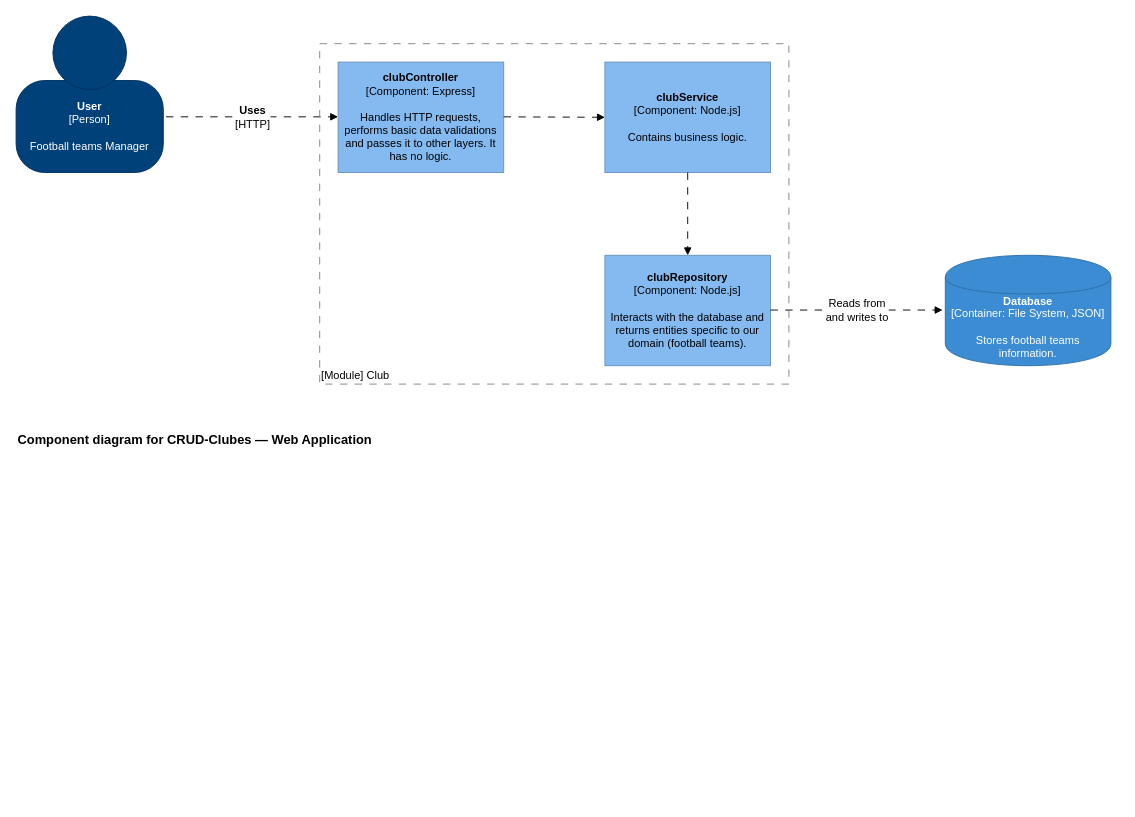
Before: docs/crud-clubes-level-3-diagram.drawio in Leonelmarianog/crud-clubes, a draw.io diagram. Source tidied: cells renumbered, new cells numbered last; positions are measured from the earlier drawing's top-left corner, leaving out a move shared by most shapes. Both pictures are drawn from the tidied source at 92%, with x=0, y=0 at pixel (16, 16).
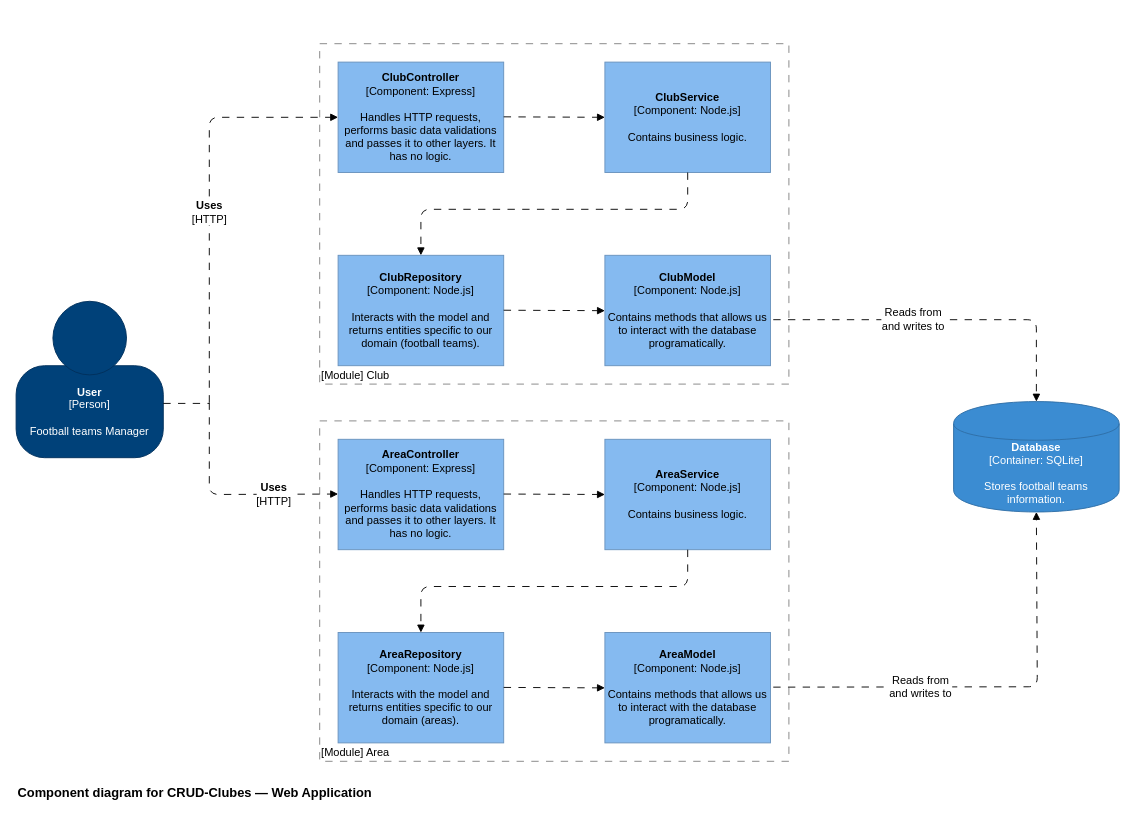
After the change.

The change refers to these unchanged cells:
```xml
<mxCell id="7" value="&lt;div style=&quot;color: rgb(255 , 255 , 255) ; white-space: normal&quot;&gt;&lt;font style=&quot;font-size: 12px&quot;&gt;&lt;span&gt;&lt;b&gt;User&lt;/b&gt;&lt;/span&gt;&lt;/font&gt;&lt;/div&gt;&lt;div style=&quot;color: rgb(255 , 255 , 255) ; white-space: normal&quot;&gt;&lt;font style=&quot;font-size: 12px&quot;&gt;[Person]&lt;/font&gt;&lt;/div&gt;&lt;div style=&quot;color: rgb(255 , 255 , 255) ; white-space: normal&quot;&gt;&lt;font style=&quot;font-size: 12px&quot;&gt;&lt;span&gt;&lt;br&gt;&lt;/span&gt;&lt;/font&gt;&lt;/div&gt;&lt;div style=&quot;color: rgb(255 , 255 , 255) ; white-space: normal&quot;&gt;&lt;font style=&quot;font-size: 12px&quot;&gt;Football teams Manager&lt;br&gt;&lt;/font&gt;&lt;/div&gt;" style="rounded=1;whiteSpace=wrap;html=1;strokeColor=#00315C;fillColor=#004179;fontColor=#000000;arcSize=31;" parent="6" vertex="1">
  <mxGeometry y="70" width="160" height="100" as="geometry" />
</mxCell>
```

Diff of the diagram source:
```diff
@@
-    <mxCell id="2" value="&lt;b style=&quot;font-size: 12px;&quot;&gt;Uses&lt;/b&gt;&lt;br style=&quot;font-size: 12px;&quot;&gt;[HTTP]" style="endArrow=block;html=1;fontSize=12;strokeWidth=1;endFill=1;dashed=1;dashPattern=8 8;elbow=vertical;entryX=0;entryY=0.5;entryDx=0;entryDy=0;exitX=1.019;exitY=0.4;exitDx=0;exitDy=0;exitPerimeter=0;" parent="1" edge="1">
-      <mxGeometry relative="1" as="geometry">
-        <mxPoint x="163" y="109.5" as="sourcePoint" />
-        <mxPoint x="350" y="109.5" as="targetPoint" />
+    <mxCell id="2" value="&lt;b style=&quot;font-size: 12px;&quot;&gt;Uses&lt;/b&gt;&lt;br style=&quot;font-size: 12px;&quot;&gt;[HTTP]" style="endArrow=block;html=1;fontSize=12;strokeWidth=1;endFill=1;dashed=1;dashPattern=8 8;elbow=vertical;entryX=0;entryY=0.5;entryDx=0;entryDy=0;" parent="1" edge="1" target="9">
+      <mxGeometry x="-0.08" relative="1" as="geometry">
+        <mxPoint x="210" y="420" as="sourcePoint" />
+        <Array as="points">
+          <mxPoint x="210" y="110" />
+        </Array>
       </mxGeometry>
     </mxCell>
     <mxCell id="3" value="Component diagram for CRUD-Clubes &lt;span class=&quot;ILfuVd&quot;&gt;&lt;span class=&quot;hgKElc&quot;&gt;— Web Application&lt;br&gt;&lt;/span&gt;&lt;/span&gt;" style="text;html=1;align=left;verticalAlign=top;spacingTop=-4;fontSize=14;fontStyle=1;" parent="1" vertex="1">
-      <mxGeometry y="450" width="410" height="20" as="geometry" />
+      <mxGeometry y="833" width="410" height="20" as="geometry" />
     </mxCell>
-    <mxCell id="4" value="&lt;div style=&quot;color: rgb(255 , 255 , 255) ; white-space: normal ; font-size: 12px&quot;&gt;&lt;span style=&quot;font-size: 12px&quot;&gt;&lt;b style=&quot;font-size: 12px&quot;&gt;Database&lt;br style=&quot;font-size: 12px&quot;&gt;&lt;/b&gt;&lt;/span&gt;&lt;/div&gt;&lt;div style=&quot;color: rgb(255 , 255 , 255) ; font-size: 12px ; white-space: normal&quot;&gt;&lt;font style=&quot;font-size: 12px&quot;&gt;[Container: File System, JSON]&lt;/font&gt;&lt;/div&gt;&lt;div style=&quot;color: rgb(255 , 255 , 255) ; white-space: normal ; font-size: 12px&quot;&gt;&lt;font style=&quot;line-height: 9.6px ; font-size: 12px&quot;&gt;&lt;br style=&quot;font-size: 12px&quot;&gt;&lt;/font&gt;&lt;/div&gt;&lt;div style=&quot;color: rgb(255 , 255 , 255) ; white-space: normal ; font-size: 12px&quot;&gt;Stores football teams information.&lt;/div&gt;" style="shape=cylinder;whiteSpace=wrap;html=1;boundedLbl=1;backgroundOutline=1;strokeColor=#2F6FA6;strokeWidth=1;fillColor=#3B8CD2;fontSize=12;fontColor=#000000;align=center;" parent="1" vertex="1">
-      <mxGeometry x="1010" y="260" width="180" height="120" as="geometry" />
+    <mxCell id="4" value="&lt;div style=&quot;color: rgb(255 , 255 , 255) ; white-space: normal ; font-size: 12px&quot;&gt;&lt;span style=&quot;font-size: 12px&quot;&gt;&lt;b style=&quot;font-size: 12px&quot;&gt;Database&lt;br style=&quot;font-size: 12px&quot;&gt;&lt;/b&gt;&lt;/span&gt;&lt;/div&gt;&lt;div style=&quot;color: rgb(255 , 255 , 255) ; font-size: 12px ; white-space: normal&quot;&gt;&lt;font style=&quot;font-size: 12px&quot;&gt;[Container: SQLite]&lt;/font&gt;&lt;/div&gt;&lt;div style=&quot;color: rgb(255 , 255 , 255) ; white-space: normal ; font-size: 12px&quot;&gt;&lt;font style=&quot;line-height: 9.6px ; font-size: 12px&quot;&gt;&lt;br style=&quot;font-size: 12px&quot;&gt;&lt;/font&gt;&lt;/div&gt;&lt;div style=&quot;color: rgb(255 , 255 , 255) ; white-space: normal ; font-size: 12px&quot;&gt;Stores football teams information.&lt;/div&gt;" style="shape=cylinder;whiteSpace=wrap;html=1;boundedLbl=1;backgroundOutline=1;strokeColor=#2F6FA6;strokeWidth=1;fillColor=#3B8CD2;fontSize=12;fontColor=#000000;align=center;" parent="1" vertex="1">
+      <mxGeometry x="1019" y="419" width="180" height="120" as="geometry" />
     </mxCell>
@@
     <mxCell id="6" style="group;fontSize=12;" parent="1" vertex="1">
-      <mxGeometry width="160" height="170" as="geometry" />
+      <mxGeometry y="310" width="160" height="170" as="geometry" />
     </mxCell>
@@
-    <mxCell id="9" value="&lt;div style=&quot;font-size: 12px;&quot;&gt;&lt;span style=&quot;font-size: 12px;&quot;&gt;&lt;b style=&quot;font-size: 12px;&quot;&gt;clubController&lt;/b&gt;&lt;/span&gt;&lt;/div&gt;&lt;div style=&quot;font-size: 12px;&quot;&gt;&lt;span style=&quot;font-size: 12px;&quot;&gt;[Component: Express]&lt;/span&gt;&lt;/div&gt;&lt;div style=&quot;font-size: 12px;&quot;&gt;&lt;span style=&quot;font-size: 12px;&quot;&gt;&lt;br style=&quot;font-size: 12px;&quot;&gt;&lt;/span&gt;&lt;/div&gt;&lt;div style=&quot;font-size: 12px;&quot;&gt;&lt;font style=&quot;font-size: 12px;&quot;&gt;Handles HTTP requests, performs basic data validations and passes it to other layers. It has no logic.&lt;br style=&quot;font-size: 12px;&quot;&gt;&lt;/font&gt;&lt;/div&gt;" style="rounded=0;whiteSpace=wrap;html=1;fillColor=#85baf0;fontColor=#000000;strokeColor=#6992BD;fontSize=12;" parent="1" vertex="1">
+    <mxCell id="9" value="&lt;div style=&quot;font-size: 12px&quot;&gt;&lt;span style=&quot;font-size: 12px&quot;&gt;&lt;b style=&quot;font-size: 12px&quot;&gt;ClubController&lt;/b&gt;&lt;/span&gt;&lt;/div&gt;&lt;div style=&quot;font-size: 12px&quot;&gt;&lt;span style=&quot;font-size: 12px&quot;&gt;[Component: Express]&lt;/span&gt;&lt;/div&gt;&lt;div style=&quot;font-size: 12px&quot;&gt;&lt;span style=&quot;font-size: 12px&quot;&gt;&lt;br style=&quot;font-size: 12px&quot;&gt;&lt;/span&gt;&lt;/div&gt;&lt;div style=&quot;font-size: 12px&quot;&gt;&lt;font style=&quot;font-size: 12px&quot;&gt;Handles HTTP requests, performs basic data validations and passes it to other layers. It has no logic.&lt;br style=&quot;font-size: 12px&quot;&gt;&lt;/font&gt;&lt;/div&gt;" style="rounded=0;whiteSpace=wrap;html=1;fillColor=#85baf0;fontColor=#000000;strokeColor=#6992BD;fontSize=12;" parent="1" vertex="1">
       <mxGeometry x="350" y="50" width="180" height="120" as="geometry" />
     </mxCell>
-    <mxCell id="10" value="&lt;div style=&quot;font-size: 12px;&quot;&gt;&lt;span style=&quot;font-size: 12px;&quot;&gt;&lt;b style=&quot;font-size: 12px;&quot;&gt;clubService&lt;/b&gt;&lt;/span&gt;&lt;/div&gt;&lt;div style=&quot;font-size: 12px;&quot;&gt;&lt;span style=&quot;font-size: 12px;&quot;&gt;[Component: Node.js]&lt;/span&gt;&lt;/div&gt;&lt;div style=&quot;font-size: 12px;&quot;&gt;&lt;span style=&quot;font-size: 12px;&quot;&gt;&lt;br style=&quot;font-size: 12px;&quot;&gt;&lt;/span&gt;&lt;/div&gt;&lt;div style=&quot;font-size: 12px;&quot;&gt;&lt;font style=&quot;font-size: 12px;&quot;&gt;Contains business logic.&lt;br style=&quot;font-size: 12px;&quot;&gt;&lt;/font&gt;&lt;/div&gt;" style="rounded=0;whiteSpace=wrap;html=1;fillColor=#85baf0;fontColor=#000000;strokeColor=#6992BD;fontSize=12;" parent="1" vertex="1">
+    <mxCell id="10" value="&lt;div style=&quot;font-size: 12px&quot;&gt;&lt;span style=&quot;font-size: 12px&quot;&gt;&lt;b style=&quot;font-size: 12px&quot;&gt;ClubService&lt;/b&gt;&lt;/span&gt;&lt;/div&gt;&lt;div style=&quot;font-size: 12px&quot;&gt;&lt;span style=&quot;font-size: 12px&quot;&gt;[Component: Node.js]&lt;/span&gt;&lt;/div&gt;&lt;div style=&quot;font-size: 12px&quot;&gt;&lt;span style=&quot;font-size: 12px&quot;&gt;&lt;br style=&quot;font-size: 12px&quot;&gt;&lt;/span&gt;&lt;/div&gt;&lt;div style=&quot;font-size: 12px&quot;&gt;&lt;font style=&quot;font-size: 12px&quot;&gt;Contains business logic.&lt;br style=&quot;font-size: 12px&quot;&gt;&lt;/font&gt;&lt;/div&gt;" style="rounded=0;whiteSpace=wrap;html=1;fillColor=#85baf0;fontColor=#000000;strokeColor=#6992BD;fontSize=12;" parent="1" vertex="1">
       <mxGeometry x="640" y="50" width="180" height="120" as="geometry" />
     </mxCell>
-    <mxCell id="11" value="&lt;div style=&quot;font-size: 12px&quot;&gt;&lt;span style=&quot;font-size: 12px&quot;&gt;&lt;b style=&quot;font-size: 12px&quot;&gt;clubRepository&lt;/b&gt;&lt;br style=&quot;font-size: 12px&quot;&gt;&lt;/span&gt;&lt;/div&gt;&lt;div style=&quot;font-size: 12px&quot;&gt;&lt;span style=&quot;font-size: 12px&quot;&gt;[Component: Node.js]&lt;/span&gt;&lt;/div&gt;&lt;div style=&quot;font-size: 12px&quot;&gt;&lt;span style=&quot;font-size: 12px&quot;&gt;&lt;br style=&quot;font-size: 12px&quot;&gt;&lt;/span&gt;&lt;/div&gt;&lt;div style=&quot;font-size: 12px&quot;&gt;&lt;font style=&quot;font-size: 12px&quot;&gt;Interacts with the database and returns entities specific to our domain (football teams).&lt;br style=&quot;font-size: 12px&quot;&gt;&lt;/font&gt;&lt;/div&gt;" style="rounded=0;whiteSpace=wrap;html=1;fillColor=#85baf0;fontColor=#000000;strokeColor=#6992BD;fontSize=12;" parent="1" vertex="1">
+    <mxCell id="11" value="&lt;div style=&quot;font-size: 12px&quot;&gt;&lt;span style=&quot;font-size: 12px&quot;&gt;&lt;b style=&quot;font-size: 12px&quot;&gt;ClubModel&lt;/b&gt;&lt;br style=&quot;font-size: 12px&quot;&gt;&lt;/span&gt;&lt;/div&gt;&lt;div style=&quot;font-size: 12px&quot;&gt;&lt;span style=&quot;font-size: 12px&quot;&gt;[Component: Node.js]&lt;/span&gt;&lt;/div&gt;&lt;div style=&quot;font-size: 12px&quot;&gt;&lt;span style=&quot;font-size: 12px&quot;&gt;&lt;br style=&quot;font-size: 12px&quot;&gt;&lt;/span&gt;&lt;/div&gt;&lt;div style=&quot;font-size: 12px&quot;&gt;&lt;font style=&quot;font-size: 12px&quot;&gt;Contains methods that allows us to interact with the database programatically.&lt;br style=&quot;font-size: 12px&quot;&gt;&lt;/font&gt;&lt;/div&gt;" style="rounded=0;whiteSpace=wrap;html=1;fillColor=#85baf0;fontColor=#000000;strokeColor=#6992BD;fontSize=12;" parent="1" vertex="1">
       <mxGeometry x="640" y="260" width="180" height="120" as="geometry" />
     </mxCell>
@@
-    <mxCell id="13" style="endArrow=block;html=1;fontSize=12;strokeWidth=1;endFill=1;dashed=1;dashPattern=8 8;elbow=vertical;exitX=0.5;exitY=1;exitDx=0;exitDy=0;" parent="1" edge="1" source="10" target="11">
-      <mxGeometry x="-0.04" relative="1" as="geometry" />
-    </mxCell>
-    <mxCell id="14" value="&lt;div&gt;Reads from &lt;br&gt;&lt;/div&gt;&lt;div&gt;and writes to&lt;/div&gt;" style="endArrow=block;html=1;fontSize=12;strokeWidth=1;endFill=1;dashed=1;dashPattern=8 8;elbow=vertical;entryX=0;entryY=0.5;entryDx=0;entryDy=0;exitX=1.019;exitY=0.4;exitDx=0;exitDy=0;exitPerimeter=0;" parent="1" edge="1">
-      <mxGeometry relative="1" as="geometry">
-        <mxPoint x="820" y="319.5" as="sourcePoint" />
-        <mxPoint x="1007" y="319.5" as="targetPoint" />
+    <mxCell id="14" value="&lt;div&gt;Reads from &lt;br&gt;&lt;/div&gt;&lt;div&gt;and writes to&lt;/div&gt;" style="endArrow=block;html=1;fontSize=12;strokeWidth=1;endFill=1;dashed=1;dashPattern=8 8;elbow=vertical;entryX=0.5;entryY=0;entryDx=0;entryDy=0;exitX=1.019;exitY=0.4;exitDx=0;exitDy=0;exitPerimeter=0;" parent="1" edge="1" target="4">
+      <mxGeometry x="-0.19" relative="1" as="geometry">
+        <mxPoint x="823" y="330" as="sourcePoint" />
+        <Array as="points">
+          <mxPoint x="1109" y="330" />
+        </Array>
       </mxGeometry>
     </mxCell>
+    <mxCell id="15" value="&lt;div style=&quot;font-size: 12px&quot;&gt;&lt;span style=&quot;font-size: 12px&quot;&gt;&lt;b style=&quot;font-size: 12px&quot;&gt;ClubRepository&lt;/b&gt;&lt;br style=&quot;font-size: 12px&quot;&gt;&lt;/span&gt;&lt;/div&gt;&lt;div style=&quot;font-size: 12px&quot;&gt;&lt;span style=&quot;font-size: 12px&quot;&gt;[Component: Node.js]&lt;/span&gt;&lt;/div&gt;&lt;div style=&quot;font-size: 12px&quot;&gt;&lt;span style=&quot;font-size: 12px&quot;&gt;&lt;br style=&quot;font-size: 12px&quot;&gt;&lt;/span&gt;&lt;/div&gt;&lt;div style=&quot;font-size: 12px&quot;&gt;&lt;font style=&quot;font-size: 12px&quot;&gt;Interacts with the model and returns entities specific to our domain (football teams).&lt;br style=&quot;font-size: 12px&quot;&gt;&lt;/font&gt;&lt;/div&gt;" style="rounded=0;whiteSpace=wrap;html=1;fillColor=#85baf0;fontColor=#000000;strokeColor=#6992BD;fontSize=12;" parent="1" vertex="1">
+      <mxGeometry x="350" y="260" width="180" height="120" as="geometry" />
+    </mxCell>
+    <mxCell id="16" style="endArrow=block;html=1;fontSize=12;strokeWidth=1;endFill=1;dashed=1;dashPattern=8 8;elbow=vertical;exitX=0.5;exitY=1;exitDx=0;exitDy=0;entryX=0.5;entryY=0;entryDx=0;entryDy=0;" parent="1" edge="1" source="10" target="15">
+      <mxGeometry x="-0.04" relative="1" as="geometry">
+        <Array as="points">
+          <mxPoint x="730" y="210" />
+          <mxPoint x="440" y="210" />
+        </Array>
+      </mxGeometry>
+    </mxCell>
+    <mxCell id="17" style="endArrow=block;html=1;fontSize=12;strokeWidth=1;endFill=1;dashed=1;dashPattern=8 8;elbow=vertical;exitX=1.019;exitY=0.4;exitDx=0;exitDy=0;exitPerimeter=0;" parent="1" edge="1">
+      <mxGeometry x="-0.04" relative="1" as="geometry">
+        <mxPoint x="530" y="319.7" as="sourcePoint" />
+        <mxPoint x="640" y="320.2" as="targetPoint" />
+      </mxGeometry>
+    </mxCell>
+    <mxCell id="18" value="&lt;div&gt;&lt;font style=&quot;font-size: 12px&quot;&gt;&lt;br&gt;&lt;/font&gt;&lt;/div&gt;&lt;div&gt;&lt;font style=&quot;font-size: 12px&quot;&gt;&lt;br&gt;[Module] Area&lt;br&gt;&lt;/font&gt;&lt;/div&gt;" style="rounded=0;whiteSpace=wrap;html=1;strokeColor=#828282;fillColor=none;fontColor=#000000;align=left;labelPosition=center;verticalLabelPosition=middle;verticalAlign=bottom;dashed=1;strokeWidth=1;perimeterSpacing=0;spacing=2;spacingTop=0;fontSize=12;dashPattern=8 8;" parent="1" vertex="1">
+      <mxGeometry x="330" y="440" width="510" height="370" as="geometry" />
+    </mxCell>
+    <mxCell id="19" value="&lt;div style=&quot;font-size: 12px&quot;&gt;&lt;span style=&quot;font-size: 12px&quot;&gt;&lt;b style=&quot;font-size: 12px&quot;&gt;AreaController&lt;/b&gt;&lt;/span&gt;&lt;/div&gt;&lt;div style=&quot;font-size: 12px&quot;&gt;&lt;span style=&quot;font-size: 12px&quot;&gt;[Component: Express]&lt;/span&gt;&lt;/div&gt;&lt;div style=&quot;font-size: 12px&quot;&gt;&lt;span style=&quot;font-size: 12px&quot;&gt;&lt;br style=&quot;font-size: 12px&quot;&gt;&lt;/span&gt;&lt;/div&gt;&lt;div style=&quot;font-size: 12px&quot;&gt;&lt;font style=&quot;font-size: 12px&quot;&gt;Handles HTTP requests, performs basic data validations and passes it to other layers. It has no logic.&lt;br style=&quot;font-size: 12px&quot;&gt;&lt;/font&gt;&lt;/div&gt;" style="rounded=0;whiteSpace=wrap;html=1;fillColor=#85baf0;fontColor=#000000;strokeColor=#6992BD;fontSize=12;" parent="1" vertex="1">
+      <mxGeometry x="350" y="460" width="180" height="120" as="geometry" />
+    </mxCell>
+    <mxCell id="20" value="&lt;div style=&quot;font-size: 12px&quot;&gt;&lt;span style=&quot;font-size: 12px&quot;&gt;&lt;b style=&quot;font-size: 12px&quot;&gt;AreaService&lt;/b&gt;&lt;/span&gt;&lt;/div&gt;&lt;div style=&quot;font-size: 12px&quot;&gt;&lt;span style=&quot;font-size: 12px&quot;&gt;[Component: Node.js]&lt;/span&gt;&lt;/div&gt;&lt;div style=&quot;font-size: 12px&quot;&gt;&lt;span style=&quot;font-size: 12px&quot;&gt;&lt;br style=&quot;font-size: 12px&quot;&gt;&lt;/span&gt;&lt;/div&gt;&lt;div style=&quot;font-size: 12px&quot;&gt;&lt;font style=&quot;font-size: 12px&quot;&gt;Contains business logic.&lt;br style=&quot;font-size: 12px&quot;&gt;&lt;/font&gt;&lt;/div&gt;" style="rounded=0;whiteSpace=wrap;html=1;fillColor=#85baf0;fontColor=#000000;strokeColor=#6992BD;fontSize=12;" parent="1" vertex="1">
+      <mxGeometry x="640" y="460" width="180" height="120" as="geometry" />
+    </mxCell>
+    <mxCell id="21" value="&lt;div style=&quot;font-size: 12px&quot;&gt;&lt;span style=&quot;font-size: 12px&quot;&gt;&lt;b style=&quot;font-size: 12px&quot;&gt;AreaModel&lt;/b&gt;&lt;br style=&quot;font-size: 12px&quot;&gt;&lt;/span&gt;&lt;/div&gt;&lt;div style=&quot;font-size: 12px&quot;&gt;&lt;span style=&quot;font-size: 12px&quot;&gt;[Component: Node.js]&lt;/span&gt;&lt;/div&gt;&lt;div style=&quot;font-size: 12px&quot;&gt;&lt;span style=&quot;font-size: 12px&quot;&gt;&lt;br style=&quot;font-size: 12px&quot;&gt;&lt;/span&gt;&lt;/div&gt;&lt;div style=&quot;font-size: 12px&quot;&gt;&lt;font style=&quot;font-size: 12px&quot;&gt;Contains methods that allows us to interact with the database programatically.&lt;br style=&quot;font-size: 12px&quot;&gt;&lt;/font&gt;&lt;/div&gt;" style="rounded=0;whiteSpace=wrap;html=1;fillColor=#85baf0;fontColor=#000000;strokeColor=#6992BD;fontSize=12;" parent="1" vertex="1">
+      <mxGeometry x="640" y="670" width="180" height="120" as="geometry" />
+    </mxCell>
+    <mxCell id="22" style="endArrow=block;html=1;fontSize=12;strokeWidth=1;endFill=1;dashed=1;dashPattern=8 8;elbow=vertical;exitX=1.019;exitY=0.4;exitDx=0;exitDy=0;exitPerimeter=0;" parent="1" edge="1">
+      <mxGeometry x="-0.04" relative="1" as="geometry">
+        <mxPoint x="530" y="519.5" as="sourcePoint" />
+        <mxPoint x="640" y="520" as="targetPoint" />
+      </mxGeometry>
+    </mxCell>
+    <mxCell id="23" value="&lt;div style=&quot;font-size: 12px&quot;&gt;&lt;span style=&quot;font-size: 12px&quot;&gt;&lt;b style=&quot;font-size: 12px&quot;&gt;AreaRepository&lt;/b&gt;&lt;br style=&quot;font-size: 12px&quot;&gt;&lt;/span&gt;&lt;/div&gt;&lt;div style=&quot;font-size: 12px&quot;&gt;&lt;span style=&quot;font-size: 12px&quot;&gt;[Component: Node.js]&lt;/span&gt;&lt;/div&gt;&lt;div style=&quot;font-size: 12px&quot;&gt;&lt;span style=&quot;font-size: 12px&quot;&gt;&lt;br style=&quot;font-size: 12px&quot;&gt;&lt;/span&gt;&lt;/div&gt;&lt;div style=&quot;font-size: 12px&quot;&gt;&lt;font style=&quot;font-size: 12px&quot;&gt;Interacts with the model and returns entities specific to our domain (areas).&lt;br style=&quot;font-size: 12px&quot;&gt;&lt;/font&gt;&lt;/div&gt;" style="rounded=0;whiteSpace=wrap;html=1;fillColor=#85baf0;fontColor=#000000;strokeColor=#6992BD;fontSize=12;" parent="1" vertex="1">
+      <mxGeometry x="350" y="670" width="180" height="120" as="geometry" />
+    </mxCell>
+    <mxCell id="24" style="endArrow=block;html=1;fontSize=12;strokeWidth=1;endFill=1;dashed=1;dashPattern=8 8;elbow=vertical;exitX=0.5;exitY=1;exitDx=0;exitDy=0;entryX=0.5;entryY=0;entryDx=0;entryDy=0;" parent="1" edge="1" source="20" target="23">
+      <mxGeometry x="-0.04" relative="1" as="geometry">
+        <Array as="points">
+          <mxPoint x="730" y="620" />
+          <mxPoint x="440" y="620" />
+        </Array>
+      </mxGeometry>
+    </mxCell>
+    <mxCell id="25" style="endArrow=block;html=1;fontSize=12;strokeWidth=1;endFill=1;dashed=1;dashPattern=8 8;elbow=vertical;exitX=1.019;exitY=0.4;exitDx=0;exitDy=0;exitPerimeter=0;" parent="1" edge="1">
+      <mxGeometry x="-0.04" relative="1" as="geometry">
+        <mxPoint x="530" y="729.7" as="sourcePoint" />
+        <mxPoint x="640" y="730.2" as="targetPoint" />
+      </mxGeometry>
+    </mxCell>
+    <mxCell id="26" value="&lt;div&gt;Reads from &lt;br&gt;&lt;/div&gt;&lt;div&gt;and writes to&lt;/div&gt;" style="endArrow=block;html=1;fontSize=12;strokeWidth=1;endFill=1;dashed=1;dashPattern=8 8;elbow=vertical;exitX=1.019;exitY=0.4;exitDx=0;exitDy=0;exitPerimeter=0;entryX=0.5;entryY=1;entryDx=0;entryDy=0;" parent="1" edge="1" target="4">
+      <mxGeometry x="-0.33" relative="1" as="geometry">
+        <mxPoint x="823" y="729.4" as="sourcePoint" />
+        <Array as="points">
+          <mxPoint x="1110" y="729" />
+        </Array>
+      </mxGeometry>
+    </mxCell>
+    <mxCell id="27" value="&lt;b style=&quot;font-size: 12px;&quot;&gt;Uses&lt;/b&gt;&lt;br style=&quot;font-size: 12px;&quot;&gt;[HTTP]" style="endArrow=block;html=1;fontSize=12;strokeWidth=1;endFill=1;dashed=1;dashPattern=8 8;elbow=vertical;entryX=0;entryY=0.5;entryDx=0;entryDy=0;" parent="1" edge="1">
+      <mxGeometry x="0.42" relative="1" as="geometry">
+        <mxPoint x="210" y="420" as="sourcePoint" />
+        <mxPoint x="350" y="519.5" as="targetPoint" />
+        <Array as="points">
+          <mxPoint x="210" y="520" />
+        </Array>
+      </mxGeometry>
+    </mxCell>
+    <mxCell id="28" style="endArrow=none;html=1;fontSize=12;strokeWidth=1;endFill=0;dashed=1;dashPattern=8 8;elbow=vertical;exitX=1;exitY=0.41;exitDx=0;exitDy=0;exitPerimeter=0;" parent="1" edge="1" source="7">
+      <mxGeometry x="-0.04" relative="1" as="geometry">
+        <mxPoint x="210" y="421" as="targetPoint" />
+      </mxGeometry>
+    </mxCell>
```
